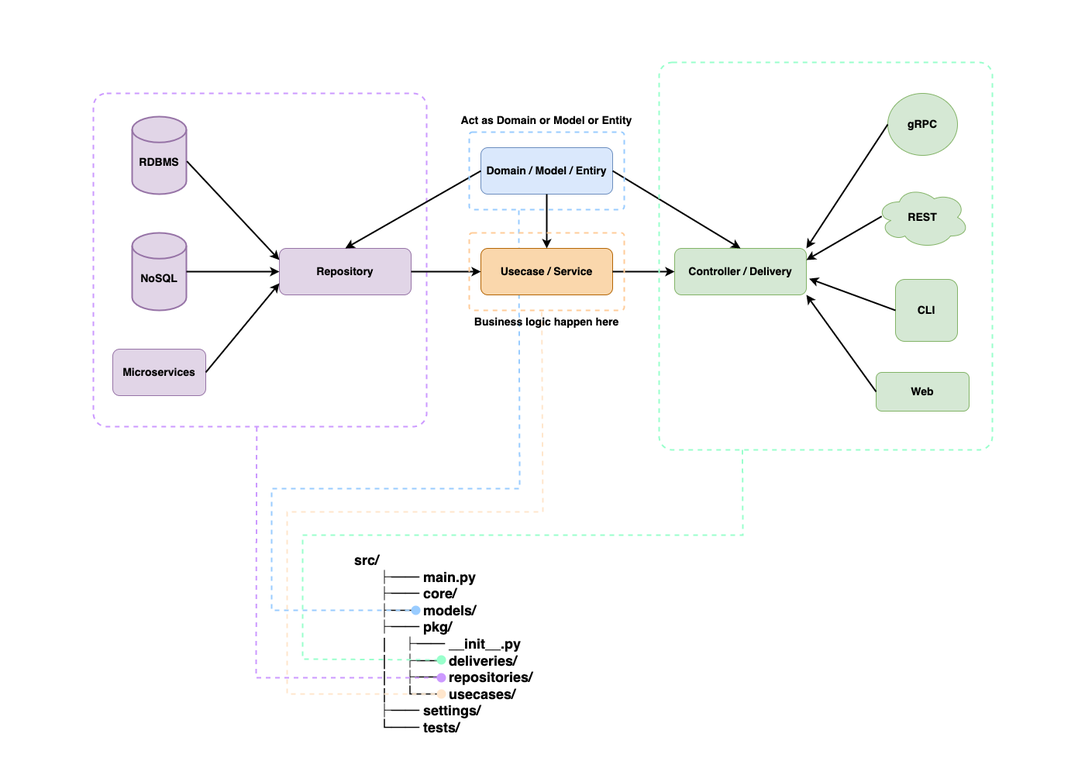
cdddg/py-clean-arch keeps this draw.io diagram as docs/clean-arch.png. Above is the earlier version. Source tidied: cells renumbered, new cells last; positions are measured from the earlier drawing's top-left corner, leaving out a move shared by most shapes. Source of this version:
```xml
<mxGraphModel>
  <root>
    <mxCell id="0" />
    <mxCell id="1" parent="0" />
    <mxCell id="2" style="rounded=1;whiteSpace=wrap;html=1;fillColor=none;strokeWidth=2;strokeColor=#CC99FF;dashed=1;arcSize=4;" parent="1" vertex="1">
      <mxGeometry y="40" width="430" height="430" as="geometry" />
    </mxCell>
    <mxCell id="3" value="&lt;h2&gt;&lt;font color=&quot;#000000&quot;&gt;&amp;nbsp; &amp;nbsp; src/&lt;br&gt;&amp;nbsp; &amp;nbsp; &amp;nbsp; &amp;nbsp; &amp;nbsp; ├── main.py&lt;br&gt;&amp;nbsp; &amp;nbsp; &amp;nbsp; &amp;nbsp; &amp;nbsp; ├── core/&lt;br&gt;&amp;nbsp; &amp;nbsp; &amp;nbsp; &amp;nbsp; &amp;nbsp; ├── models/&lt;br&gt;&amp;nbsp; &amp;nbsp; &amp;nbsp; &amp;nbsp; &amp;nbsp; ├── pkg/&lt;br&gt;&amp;nbsp; &amp;nbsp; &amp;nbsp; &amp;nbsp; &amp;nbsp; │&amp;nbsp; &amp;nbsp;├── __init__.py&lt;br&gt;&amp;nbsp; &amp;nbsp; &amp;nbsp; &amp;nbsp; &amp;nbsp; │&amp;nbsp; &amp;nbsp;├── deliveries/&lt;br&gt;&amp;nbsp; &amp;nbsp; &amp;nbsp; &amp;nbsp; &amp;nbsp; │&amp;nbsp; &amp;nbsp;├── repositories/&lt;br&gt;&amp;nbsp; &amp;nbsp; &amp;nbsp; &amp;nbsp; &amp;nbsp; │&amp;nbsp; &amp;nbsp;└── usecases/&lt;br&gt;&amp;nbsp; &amp;nbsp; &amp;nbsp; &amp;nbsp; &amp;nbsp; ├── settings/&lt;br&gt;&amp;nbsp; &amp;nbsp; &amp;nbsp; &amp;nbsp; &amp;nbsp; └── tests/&lt;/font&gt;&lt;/h2&gt;" style="text;whiteSpace=wrap;html=1;" parent="1" vertex="1">
      <mxGeometry x="315" y="610" width="370" height="280" as="geometry" />
    </mxCell>
    <mxCell id="4" style="endArrow=oval;html=1;rounded=0;strokeColor=#99CCFF;strokeWidth=2;dashed=1;endFill=1;endSize=10;exitX=0.468;exitY=1.019;exitDx=0;exitDy=0;exitPerimeter=0;" parent="1" edge="1">
      <mxGeometry relative="1" as="geometry">
        <mxPoint x="549" y="191" as="sourcePoint" />
        <mxPoint x="416" y="707" as="targetPoint" />
        <Array as="points">
          <mxPoint x="550" y="550" />
          <mxPoint x="230" y="550" />
          <mxPoint x="230" y="707" />
        </Array>
      </mxGeometry>
    </mxCell>
    <mxCell id="5" value="&lt;h3&gt;&lt;font color=&quot;#000000&quot;&gt;&lt;br&gt;RDBMS&lt;/font&gt;&lt;/h3&gt;" style="strokeWidth=2;html=1;shape=mxgraph.flowchart.database;whiteSpace=wrap;fillColor=#e1d5e7;strokeColor=#9673a6;" parent="1" vertex="1">
      <mxGeometry x="50" y="70" width="70" height="100" as="geometry" />
    </mxCell>
    <mxCell id="6" value="&lt;h3&gt;&lt;font color=&quot;#000000&quot;&gt;&lt;br&gt;NoSQL&lt;/font&gt;&lt;/h3&gt;" style="strokeWidth=2;html=1;shape=mxgraph.flowchart.database;whiteSpace=wrap;fillColor=#e1d5e7;strokeColor=#9673a6;" parent="1" vertex="1">
      <mxGeometry x="50" y="220" width="70" height="100" as="geometry" />
    </mxCell>
    <mxCell id="7" value="&lt;h3&gt;&lt;font color=&quot;#000000&quot;&gt;Microservices&lt;/font&gt;&lt;/h3&gt;" style="rounded=1;whiteSpace=wrap;html=1;fillColor=#e1d5e7;strokeColor=#9673a6;" parent="1" vertex="1">
      <mxGeometry x="25" y="370" width="120" height="60" as="geometry" />
    </mxCell>
    <mxCell id="8" value="&lt;h3&gt;&lt;font color=&quot;#000000&quot;&gt;Repository&lt;/font&gt;&lt;/h3&gt;" style="rounded=1;whiteSpace=wrap;html=1;fillColor=#e1d5e7;strokeColor=#9673a6;" parent="1" vertex="1">
      <mxGeometry x="240" y="240" width="170" height="60" as="geometry" />
    </mxCell>
    <mxCell id="9" style="endArrow=classic;html=1;rounded=0;strokeWidth=2;exitX=1;exitY=0.5;exitDx=0;exitDy=0;entryX=0;entryY=0.75;entryDx=0;entryDy=0;strokeColor=#000000;" parent="1" edge="1" source="7" target="8">
      <mxGeometry relative="1" as="geometry" />
    </mxCell>
    <mxCell id="10" style="endArrow=classic;html=1;rounded=0;strokeWidth=2;strokeColor=#000000;" parent="1" edge="1" target="8">
      <mxGeometry relative="1" as="geometry">
        <mxPoint x="120" y="270" as="sourcePoint" />
      </mxGeometry>
    </mxCell>
    <mxCell id="11" style="endArrow=classic;html=1;rounded=0;strokeWidth=2;exitX=1.01;exitY=0.576;exitDx=0;exitDy=0;strokeColor=#000000;exitPerimeter=0;entryX=0;entryY=0.25;entryDx=0;entryDy=0;" parent="1" edge="1" source="5" target="8">
      <mxGeometry relative="1" as="geometry" />
    </mxCell>
    <mxCell id="12" value="&lt;h3&gt;&lt;font color=&quot;#000000&quot;&gt;Usecase / Service&lt;/font&gt;&lt;/h3&gt;" style="rounded=1;whiteSpace=wrap;html=1;fillColor=#fad7ac;strokeColor=#b46504;" parent="1" vertex="1">
      <mxGeometry x="500" y="240" width="170" height="60" as="geometry" />
    </mxCell>
    <mxCell id="13" value="&lt;h3&gt;&lt;font color=&quot;#000000&quot;&gt;Controller / Delivery&lt;/font&gt;&lt;/h3&gt;" style="rounded=1;whiteSpace=wrap;html=1;fillColor=#d5e8d4;strokeColor=#82b366;" parent="1" vertex="1">
      <mxGeometry x="750" y="240" width="170" height="60" as="geometry" />
    </mxCell>
    <mxCell id="14" value="&lt;h3&gt;&lt;font color=&quot;#000000&quot;&gt;Domain / Model / Entiry&lt;/font&gt;&lt;/h3&gt;" style="rounded=1;whiteSpace=wrap;html=1;fillColor=#dae8fc;strokeColor=#6c8ebf;" parent="1" vertex="1">
      <mxGeometry x="500" y="110" width="170" height="60" as="geometry" />
    </mxCell>
    <mxCell id="15" style="endArrow=classic;html=1;rounded=0;strokeWidth=2;exitX=1;exitY=0.5;exitDx=0;exitDy=0;strokeColor=#000000;entryX=0;entryY=0.5;entryDx=0;entryDy=0;" parent="1" edge="1" source="8" target="12">
      <mxGeometry relative="1" as="geometry" />
    </mxCell>
    <mxCell id="16" style="endArrow=classic;html=1;rounded=0;strokeWidth=2;exitX=0;exitY=0.5;exitDx=0;exitDy=0;strokeColor=#000000;entryX=0.5;entryY=0;entryDx=0;entryDy=0;" parent="1" edge="1" source="14" target="8">
      <mxGeometry relative="1" as="geometry" />
    </mxCell>
    <mxCell id="17" style="endArrow=classic;html=1;rounded=0;strokeWidth=2;exitX=0.5;exitY=1;exitDx=0;exitDy=0;strokeColor=#000000;" parent="1" edge="1" source="14" target="12">
      <mxGeometry relative="1" as="geometry" />
    </mxCell>
    <mxCell id="18" style="endArrow=classic;html=1;rounded=0;strokeWidth=2;exitX=1;exitY=0.5;exitDx=0;exitDy=0;strokeColor=#000000;entryX=0.5;entryY=0;entryDx=0;entryDy=0;" parent="1" edge="1" source="14" target="13">
      <mxGeometry relative="1" as="geometry" />
    </mxCell>
    <mxCell id="19" style="endArrow=classic;html=1;rounded=0;strokeWidth=2;strokeColor=#000000;exitX=1;exitY=0.5;exitDx=0;exitDy=0;" parent="1" edge="1" source="12" target="13">
      <mxGeometry relative="1" as="geometry" />
    </mxCell>
    <mxCell id="20" value="&lt;h3&gt;&lt;font color=&quot;#000000&quot;&gt;gRPC&lt;/font&gt;&lt;/h3&gt;" style="ellipse;whiteSpace=wrap;html=1;fillColor=#d5e8d4;strokeColor=#82b366;" parent="1" vertex="1">
      <mxGeometry x="1025" y="40" width="90" height="80" as="geometry" />
    </mxCell>
    <mxCell id="21" value="&lt;h3&gt;&lt;font color=&quot;#000000&quot;&gt;REST&lt;/font&gt;&lt;/h3&gt;" style="ellipse;shape=cloud;whiteSpace=wrap;html=1;fillColor=#d5e8d4;strokeColor=#82b366;" parent="1" vertex="1">
      <mxGeometry x="1010" y="160" width="120" height="80" as="geometry" />
    </mxCell>
    <mxCell id="22" value="&lt;h3&gt;&lt;font color=&quot;#000000&quot;&gt;CLI&lt;/font&gt;&lt;/h3&gt;" style="rounded=1;whiteSpace=wrap;html=1;fillColor=#d5e8d4;strokeColor=#82b366;" parent="1" vertex="1">
      <mxGeometry x="1035" y="280" width="80" height="80" as="geometry" />
    </mxCell>
    <mxCell id="23" value="&lt;h3&gt;&lt;font color=&quot;#000000&quot;&gt;Web&lt;/font&gt;&lt;/h3&gt;" style="rounded=1;whiteSpace=wrap;html=1;fillColor=#d5e8d4;strokeColor=#82b366;" parent="1" vertex="1">
      <mxGeometry x="1010" y="400" width="120" height="50" as="geometry" />
    </mxCell>
    <mxCell id="24" style="endArrow=classic;html=1;rounded=0;strokeWidth=2;exitX=0;exitY=0.5;exitDx=0;exitDy=0;strokeColor=#000000;entryX=1;entryY=0;entryDx=0;entryDy=0;" parent="1" edge="1" source="20" target="13">
      <mxGeometry relative="1" as="geometry" />
    </mxCell>
    <mxCell id="25" style="endArrow=classic;html=1;rounded=0;strokeWidth=2;exitX=0.06;exitY=0.483;exitDx=0;exitDy=0;strokeColor=#000000;entryX=1;entryY=0.25;entryDx=0;entryDy=0;exitPerimeter=0;" parent="1" edge="1" source="21" target="13">
      <mxGeometry relative="1" as="geometry" />
    </mxCell>
    <mxCell id="26" style="endArrow=classic;html=1;rounded=0;strokeWidth=2;exitX=0;exitY=0.5;exitDx=0;exitDy=0;strokeColor=#000000;entryX=1.021;entryY=0.651;entryDx=0;entryDy=0;entryPerimeter=0;" parent="1" edge="1" source="22" target="13">
      <mxGeometry relative="1" as="geometry" />
    </mxCell>
    <mxCell id="27" style="endArrow=classic;html=1;rounded=0;strokeWidth=2;exitX=0;exitY=0.5;exitDx=0;exitDy=0;strokeColor=#000000;entryX=1;entryY=1;entryDx=0;entryDy=0;" parent="1" edge="1" source="23" target="13">
      <mxGeometry relative="1" as="geometry" />
    </mxCell>
    <mxCell id="28" style="endArrow=oval;html=1;rounded=0;strokeColor=#CC99FF;strokeWidth=2;dashed=1;endFill=1;endSize=10;exitX=0.49;exitY=1.001;exitDx=0;exitDy=0;exitPerimeter=0;" parent="1" edge="1" source="2">
      <mxGeometry relative="1" as="geometry">
        <mxPoint x="449" y="794" as="targetPoint" />
        <Array as="points">
          <mxPoint x="210" y="794" />
        </Array>
      </mxGeometry>
    </mxCell>
    <mxCell id="29" style="rounded=1;whiteSpace=wrap;html=1;fillColor=none;strokeWidth=2;strokeColor=#FFCC99;dashed=1;arcSize=4;" parent="1" vertex="1">
      <mxGeometry x="485" y="220" width="200" height="100" as="geometry" />
    </mxCell>
    <mxCell id="30" style="rounded=1;whiteSpace=wrap;html=1;fillColor=none;strokeWidth=2;strokeColor=#99CCFF;dashed=1;arcSize=4;" parent="1" vertex="1">
      <mxGeometry x="485" y="90" width="200" height="100" as="geometry" />
    </mxCell>
    <mxCell id="31" style="rounded=1;whiteSpace=wrap;html=1;fillColor=none;strokeWidth=2;strokeColor=#99FFCC;dashed=1;arcSize=4;" parent="1" vertex="1">
      <mxGeometry x="730" width="430" height="500" as="geometry" />
    </mxCell>
    <mxCell id="32" style="endArrow=oval;html=1;rounded=0;strokeColor=#99FFCC;strokeWidth=2;dashed=1;endFill=1;endSize=10;exitX=0.25;exitY=1;exitDx=0;exitDy=0;" parent="1" edge="1" source="31">
      <mxGeometry relative="1" as="geometry">
        <mxPoint x="449" y="771" as="targetPoint" />
        <Array as="points">
          <mxPoint x="838" y="610" />
          <mxPoint x="270" y="610" />
          <mxPoint x="270" y="770" />
        </Array>
      </mxGeometry>
    </mxCell>
    <mxCell id="33" value="&lt;h3&gt;&lt;font color=&quot;#000000&quot;&gt;Act as Domain or Model or Entity&lt;/font&gt;&lt;/h3&gt;" style="text;html=1;strokeColor=none;fillColor=none;align=center;verticalAlign=middle;whiteSpace=wrap;rounded=0;" parent="1" vertex="1">
      <mxGeometry x="470" y="60" width="230" height="30" as="geometry" />
    </mxCell>
    <mxCell id="34" style="endArrow=oval;html=1;rounded=0;strokeColor=#FFE6CC;strokeWidth=2;dashed=1;endFill=1;endSize=10;exitX=0.468;exitY=1.019;exitDx=0;exitDy=0;exitPerimeter=0;" parent="1" edge="1" source="29">
      <mxGeometry relative="1" as="geometry">
        <mxPoint x="449" y="815" as="targetPoint" />
        <Array as="points">
          <mxPoint x="580" y="580" />
          <mxPoint x="250" y="580" />
          <mxPoint x="250" y="815" />
        </Array>
      </mxGeometry>
    </mxCell>
    <mxCell id="35" value="&lt;h3&gt;&lt;font color=&quot;#000000&quot;&gt;Business logic happen here&lt;/font&gt;&lt;/h3&gt;" style="text;html=1;strokeColor=none;fillColor=none;align=center;verticalAlign=middle;whiteSpace=wrap;rounded=0;" parent="1" vertex="1">
      <mxGeometry x="470" y="320" width="230" height="30" as="geometry" />
    </mxCell>
  </root>
</mxGraphModel>
```
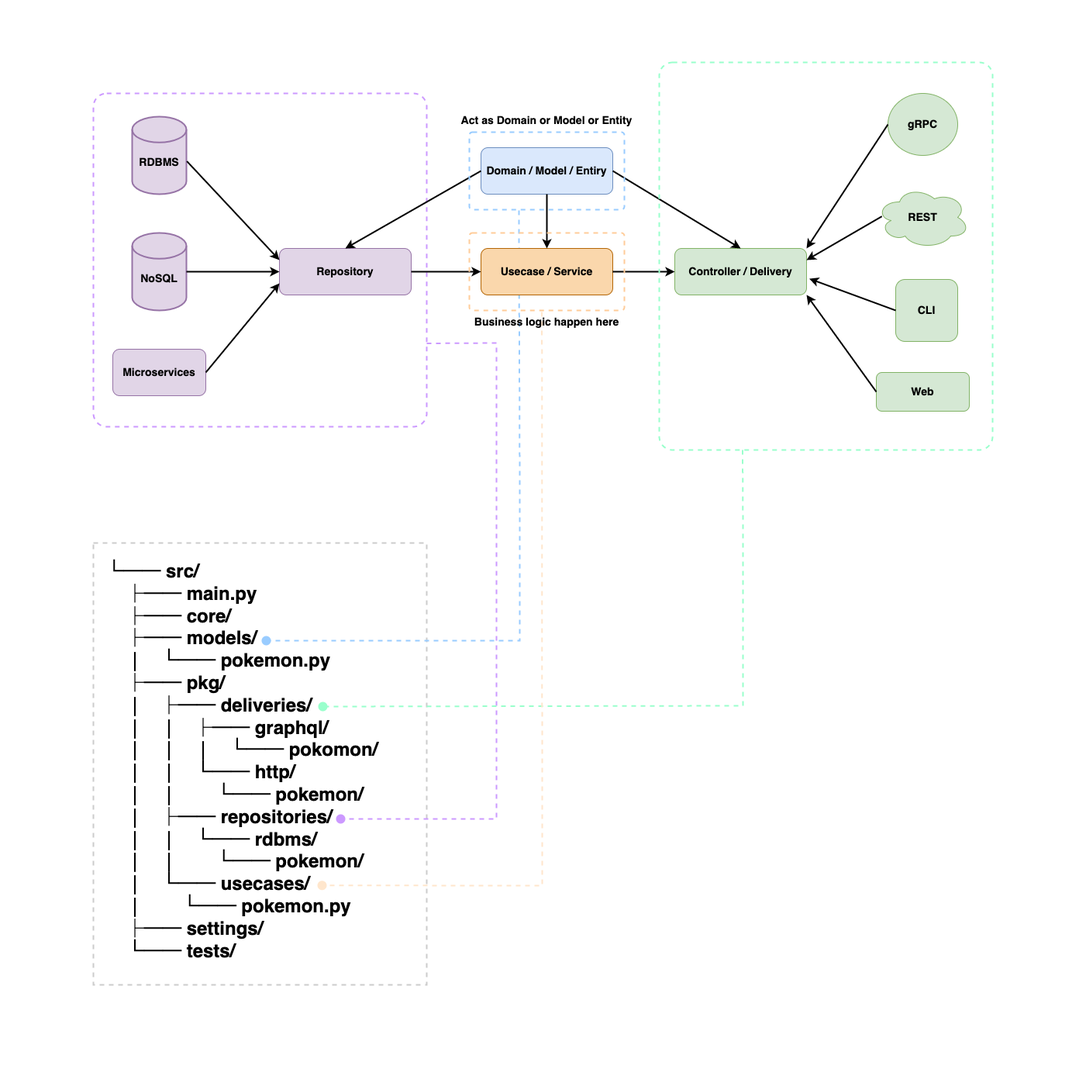
After the commit.

Diff of the diagram source:
```diff
@@ -5,17 +5,16 @@
     <mxCell id="2" style="rounded=1;whiteSpace=wrap;html=1;fillColor=none;strokeWidth=2;strokeColor=#CC99FF;dashed=1;arcSize=4;" parent="1" vertex="1">
       <mxGeometry y="40" width="430" height="430" as="geometry" />
     </mxCell>
-    <mxCell id="3" value="&lt;h2&gt;&lt;font color=&quot;#000000&quot;&gt;&amp;nbsp; &amp;nbsp; src/&lt;br&gt;&amp;nbsp; &amp;nbsp; &amp;nbsp; &amp;nbsp; &amp;nbsp; ├── main.py&lt;br&gt;&amp;nbsp; &amp;nbsp; &amp;nbsp; &amp;nbsp; &amp;nbsp; ├── core/&lt;br&gt;&amp;nbsp; &amp;nbsp; &amp;nbsp; &amp;nbsp; &amp;nbsp; ├── models/&lt;br&gt;&amp;nbsp; &amp;nbsp; &amp;nbsp; &amp;nbsp; &amp;nbsp; ├── pkg/&lt;br&gt;&amp;nbsp; &amp;nbsp; &amp;nbsp; &amp;nbsp; &amp;nbsp; │&amp;nbsp; &amp;nbsp;├── __init__.py&lt;br&gt;&amp;nbsp; &amp;nbsp; &amp;nbsp; &amp;nbsp; &amp;nbsp; │&amp;nbsp; &amp;nbsp;├── deliveries/&lt;br&gt;&amp;nbsp; &amp;nbsp; &amp;nbsp; &amp;nbsp; &amp;nbsp; │&amp;nbsp; &amp;nbsp;├── repositories/&lt;br&gt;&amp;nbsp; &amp;nbsp; &amp;nbsp; &amp;nbsp; &amp;nbsp; │&amp;nbsp; &amp;nbsp;└── usecases/&lt;br&gt;&amp;nbsp; &amp;nbsp; &amp;nbsp; &amp;nbsp; &amp;nbsp; ├── settings/&lt;br&gt;&amp;nbsp; &amp;nbsp; &amp;nbsp; &amp;nbsp; &amp;nbsp; └── tests/&lt;/font&gt;&lt;/h2&gt;" style="text;whiteSpace=wrap;html=1;" parent="1" vertex="1">
-      <mxGeometry x="315" y="610" width="370" height="280" as="geometry" />
+    <mxCell id="3" value="&lt;h1&gt;&amp;nbsp; └── src/&lt;br&gt;&amp;nbsp; &amp;nbsp; &amp;nbsp; ├── main.py&lt;br&gt;&amp;nbsp; &amp;nbsp; &amp;nbsp; ├── core/&lt;br&gt;&amp;nbsp; &amp;nbsp; &amp;nbsp; ├── models/&lt;br&gt;&amp;nbsp; &amp;nbsp; &amp;nbsp; │&amp;nbsp; &amp;nbsp;└── pokemon.py&lt;br&gt;&amp;nbsp; &amp;nbsp; &amp;nbsp; ├── pkg/&lt;br&gt;&amp;nbsp; &amp;nbsp; &amp;nbsp; │&amp;nbsp; &amp;nbsp;├── deliveries/&lt;br&gt;&amp;nbsp; &amp;nbsp; &amp;nbsp; │&amp;nbsp; &amp;nbsp;│&amp;nbsp; &amp;nbsp;├── graphql/&lt;br&gt;&amp;nbsp; &amp;nbsp; &amp;nbsp; │&amp;nbsp; &amp;nbsp;│&amp;nbsp; &amp;nbsp;│&amp;nbsp; &amp;nbsp;└── pokomon/&lt;br&gt;&amp;nbsp; &amp;nbsp; &amp;nbsp; │&amp;nbsp; &amp;nbsp;│&amp;nbsp; &amp;nbsp;└── http/&lt;br&gt;&amp;nbsp; &amp;nbsp; &amp;nbsp; │&amp;nbsp; &amp;nbsp;│&amp;nbsp; &amp;nbsp; &amp;nbsp; &amp;nbsp;└── pokemon/&lt;br&gt;&amp;nbsp; &amp;nbsp; &amp;nbsp; │&amp;nbsp; &amp;nbsp;├── repositories/&lt;br&gt;&amp;nbsp; &amp;nbsp; &amp;nbsp; │&amp;nbsp; &amp;nbsp;│&amp;nbsp; &amp;nbsp;└── rdbms/&lt;br&gt;&amp;nbsp; &amp;nbsp; &amp;nbsp; │&amp;nbsp; &amp;nbsp;│&amp;nbsp; &amp;nbsp; &amp;nbsp; &amp;nbsp;└── pokemon/&lt;br&gt;&amp;nbsp; &amp;nbsp; &amp;nbsp; │&amp;nbsp; &amp;nbsp;└── usecases/&lt;br&gt;&amp;nbsp; &amp;nbsp; &amp;nbsp; │&amp;nbsp; &amp;nbsp; &amp;nbsp; &amp;nbsp;└── pokemon.py&lt;br&gt;&amp;nbsp; &amp;nbsp; &amp;nbsp; ├── settings/&lt;br&gt;&amp;nbsp; &amp;nbsp; &amp;nbsp; └── tests/&lt;/h1&gt;&lt;div&gt;&lt;br&gt;&lt;/div&gt;" style="text;whiteSpace=wrap;html=1;strokeColor=#CCCCCC;dashed=1;strokeWidth=2;" parent="1" vertex="1">
+      <mxGeometry y="620" width="430" height="570" as="geometry" />
     </mxCell>
     <mxCell id="4" style="endArrow=oval;html=1;rounded=0;strokeColor=#99CCFF;strokeWidth=2;dashed=1;endFill=1;endSize=10;exitX=0.468;exitY=1.019;exitDx=0;exitDy=0;exitPerimeter=0;" parent="1" edge="1">
       <mxGeometry relative="1" as="geometry">
         <mxPoint x="549" y="191" as="sourcePoint" />
-        <mxPoint x="416" y="707" as="targetPoint" />
+        <mxPoint x="223" y="746" as="targetPoint" />
         <Array as="points">
           <mxPoint x="550" y="550" />
-          <mxPoint x="230" y="550" />
-          <mxPoint x="230" y="707" />
+          <mxPoint x="550" y="746" />
         </Array>
       </mxGeometry>
     </mxCell>
@@ -90,11 +89,12 @@
     <mxCell id="27" style="endArrow=classic;html=1;rounded=0;strokeWidth=2;exitX=0;exitY=0.5;exitDx=0;exitDy=0;strokeColor=#000000;entryX=1;entryY=1;entryDx=0;entryDy=0;" parent="1" edge="1" source="23" target="13">
       <mxGeometry relative="1" as="geometry" />
     </mxCell>
-    <mxCell id="28" style="endArrow=oval;html=1;rounded=0;strokeColor=#CC99FF;strokeWidth=2;dashed=1;endFill=1;endSize=10;exitX=0.49;exitY=1.001;exitDx=0;exitDy=0;exitPerimeter=0;" parent="1" edge="1" source="2">
+    <mxCell id="28" style="endArrow=oval;html=1;rounded=0;strokeColor=#CC99FF;strokeWidth=2;dashed=1;endFill=1;endSize=10;exitX=1;exitY=0.75;exitDx=0;exitDy=0;" parent="1" edge="1" source="2">
       <mxGeometry relative="1" as="geometry">
-        <mxPoint x="449" y="794" as="targetPoint" />
+        <mxPoint x="319" y="976" as="targetPoint" />
         <Array as="points">
-          <mxPoint x="210" y="794" />
+          <mxPoint x="520" y="362" />
+          <mxPoint x="520" y="976" />
         </Array>
       </mxGeometry>
     </mxCell>
@@ -109,11 +109,10 @@
     </mxCell>
     <mxCell id="32" style="endArrow=oval;html=1;rounded=0;strokeColor=#99FFCC;strokeWidth=2;dashed=1;endFill=1;endSize=10;exitX=0.25;exitY=1;exitDx=0;exitDy=0;" parent="1" edge="1" source="31">
       <mxGeometry relative="1" as="geometry">
-        <mxPoint x="449" y="771" as="targetPoint" />
+        <mxPoint x="296" y="831" as="targetPoint" />
         <Array as="points">
           <mxPoint x="838" y="610" />
-          <mxPoint x="270" y="610" />
-          <mxPoint x="270" y="770" />
+          <mxPoint x="838" y="830" />
         </Array>
       </mxGeometry>
     </mxCell>
@@ -122,11 +121,9 @@
     </mxCell>
     <mxCell id="34" style="endArrow=oval;html=1;rounded=0;strokeColor=#FFE6CC;strokeWidth=2;dashed=1;endFill=1;endSize=10;exitX=0.468;exitY=1.019;exitDx=0;exitDy=0;exitPerimeter=0;" parent="1" edge="1" source="29">
       <mxGeometry relative="1" as="geometry">
-        <mxPoint x="449" y="815" as="targetPoint" />
+        <mxPoint x="295" y="1061.8" as="targetPoint" />
         <Array as="points">
-          <mxPoint x="580" y="580" />
-          <mxPoint x="250" y="580" />
-          <mxPoint x="250" y="815" />
+          <mxPoint x="579" y="1062" />
         </Array>
       </mxGeometry>
     </mxCell>
```
